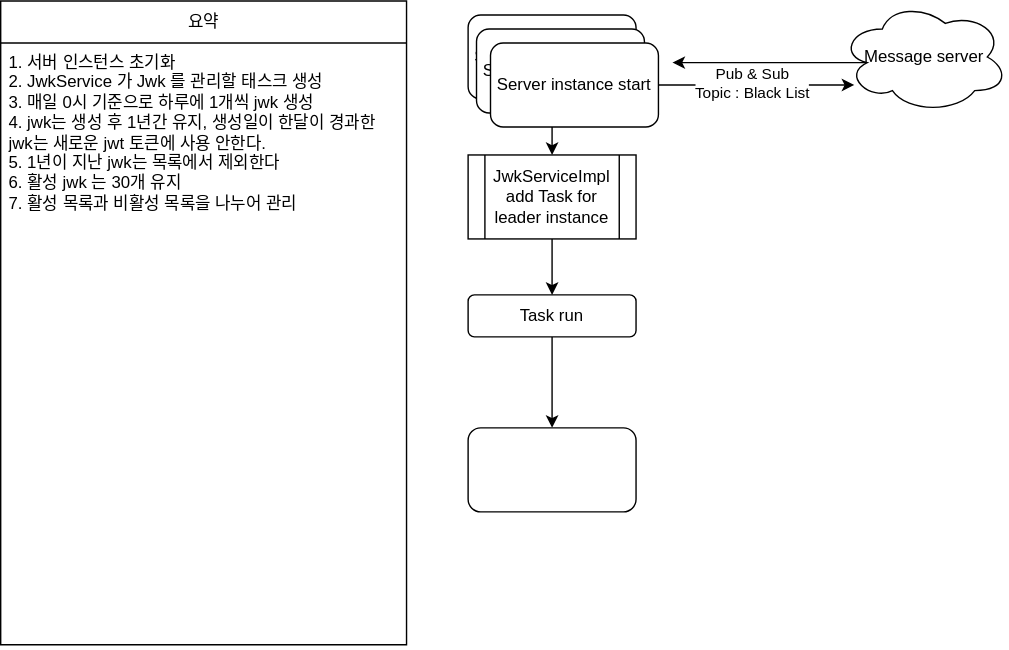
The draw.io diagram docs/flowchart/jwk-strategy.drawio.svg in Devonshin/gatchii-web-api, before a commit. Source tidied: cells renumbered, new cells last; positions are measured from the earlier drawing's top-left corner, leaving out a move shared by most shapes.
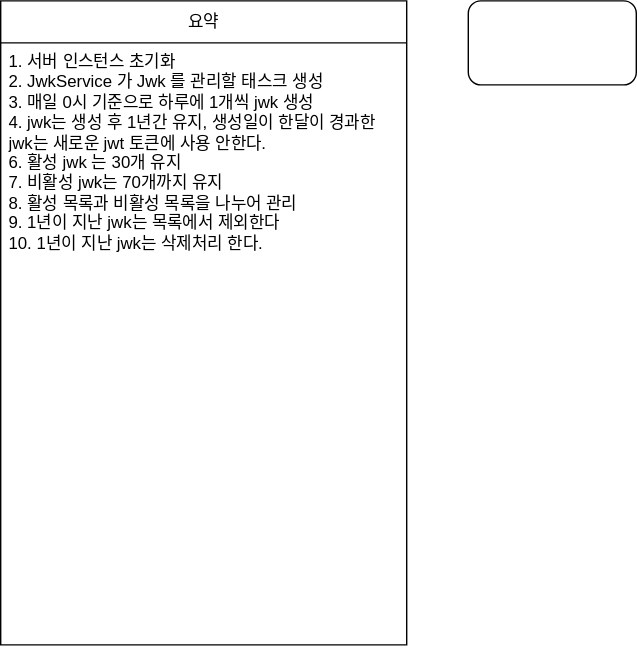
Later version of the same file.

What changed in the source:
```diff
@@ -2,52 +2,14 @@
   <root>
     <mxCell id="0" />
     <mxCell id="1" parent="0" />
-    <mxCell id="2" style="edgeStyle=none;html=1;" parent="1" edge="1" source="3" target="5">
-      <mxGeometry relative="1" as="geometry" />
-    </mxCell>
-    <mxCell id="3" value="Server instance start" style="rounded=1;whiteSpace=wrap;html=1;" parent="1" vertex="1">
-      <mxGeometry x="334" y="10" width="120" height="60" as="geometry" />
-    </mxCell>
-    <mxCell id="4" style="edgeStyle=none;html=1;" parent="1" edge="1" source="5" target="7">
-      <mxGeometry relative="1" as="geometry" />
-    </mxCell>
-    <mxCell id="5" value="JwkServiceImpl&amp;nbsp;&lt;br&gt;add Task for leader instance" style="shape=process;whiteSpace=wrap;html=1;backgroundOutline=1;" parent="1" vertex="1">
-      <mxGeometry x="334" y="110" width="120" height="60" as="geometry" />
-    </mxCell>
-    <mxCell id="6" style="edgeStyle=none;html=1;" parent="1" edge="1" source="7" target="10">
-      <mxGeometry relative="1" as="geometry" />
-    </mxCell>
-    <mxCell id="7" value="Task run&amp;nbsp;" style="rounded=1;whiteSpace=wrap;html=1;" parent="1" vertex="1">
-      <mxGeometry x="334" y="210" width="120" height="30" as="geometry" />
-    </mxCell>
     <mxCell id="8" value="요약" style="swimlane;fontStyle=0;horizontal=1;startSize=30;whiteSpace=wrap;html=1;" parent="1" vertex="1">
       <mxGeometry width="290" height="460" as="geometry" />
     </mxCell>
-    <mxCell id="9" value="1. 서버 인스턴스 초기화&amp;nbsp;&lt;br&gt;2. JwkService 가 Jwk 를 관리할 태스크 생성&lt;br&gt;3. 매일 0시 기준으로 하루에 1개씩 jwk 생성&lt;br&gt;4. jwk는 생성 후 1년간 유지, 생성일이 한달이 경과한 jwk는 새로운 jwt 토큰에 사용 안한다.&amp;nbsp;&lt;br&gt;5. 1년이 지난 jwk는 목록에서 제외한다&lt;br&gt;6. 활성 jwk 는 30개 유지&lt;br&gt;7. 활성 목록과 비활성 목록을 나누어 관리" style="text;strokeColor=none;fillColor=none;align=left;verticalAlign=top;spacingLeft=4;spacingRight=4;overflow=hidden;whiteSpace=wrap;html=1;" parent="8" vertex="1">
+    <mxCell id="9" value="1. 서버 인스턴스 초기화&amp;nbsp;&lt;br&gt;2. JwkService 가 Jwk 를 관리할 태스크 생성&lt;br&gt;3. 매일 0시 기준으로 하루에 1개씩 jwk 생성&lt;br&gt;4. jwk는 생성 후 1년간 유지, 생성일이 한달이 경과한 jwk는 새로운 jwt 토큰에 사용 안한다.&amp;nbsp;&lt;br&gt;6. 활성 jwk 는 30개 유지&lt;br&gt;7. 비활성 jwk는 70개까지 유지&lt;br&gt;8. 활성 목록과 비활성 목록을 나누어 관리&lt;br&gt;9. 1년이 지난 jwk는 목록에서 제외한다&lt;br&gt;10. 1년이 지난 jwk는 삭제처리 한다.&amp;nbsp;" style="text;strokeColor=none;fillColor=none;align=left;verticalAlign=top;spacingLeft=4;spacingRight=4;overflow=hidden;whiteSpace=wrap;html=1;" parent="8" vertex="1">
       <mxGeometry y="30" width="290" height="430" as="geometry" />
     </mxCell>
     <mxCell id="10" style="whiteSpace=wrap;html=1;rounded=1;" parent="1" vertex="1">
-      <mxGeometry x="334" y="305" width="120" height="60" as="geometry" />
+      <mxGeometry x="334" width="120" height="60" as="geometry" />
     </mxCell>
-    <mxCell id="11" style="edgeStyle=none;html=1;exitX=0.16;exitY=0.55;exitDx=0;exitDy=0;exitPerimeter=0;" parent="1" edge="1" source="12">
-      <mxGeometry relative="1" as="geometry">
-        <mxPoint x="480" y="44" as="targetPoint" />
-      </mxGeometry>
-    </mxCell>
-    <mxCell id="12" value="Message server" style="ellipse;shape=cloud;whiteSpace=wrap;html=1;rounded=1;" parent="1" vertex="1">
-      <mxGeometry x="600" width="120" height="80" as="geometry" />
-    </mxCell>
-    <mxCell id="13" value="Server instance start" style="rounded=1;whiteSpace=wrap;html=1;" parent="1" vertex="1">
-      <mxGeometry x="340" y="20" width="120" height="60" as="geometry" />
-    </mxCell>
-    <mxCell id="14" style="edgeStyle=none;html=1;exitX=1;exitY=0.5;exitDx=0;exitDy=0;entryX=0.083;entryY=0.75;entryDx=0;entryDy=0;entryPerimeter=0;" parent="1" edge="1" source="16" target="12">
-      <mxGeometry relative="1" as="geometry" />
-    </mxCell>
-    <mxCell id="15" value="Pub &amp;amp; Sub&amp;nbsp;&lt;br&gt;Topic : Black List" style="edgeLabel;html=1;align=center;verticalAlign=middle;" parent="14" vertex="1">
-      <mxGeometry x="-0.06" y="2" relative="1" as="geometry" />
-    </mxCell>
-    <mxCell id="16" value="Server instance start" style="rounded=1;whiteSpace=wrap;html=1;" parent="1" vertex="1">
-      <mxGeometry x="350" y="30" width="120" height="60" as="geometry" />
-    </mxCell>
   </root>
 </mxGraphModel>
```
